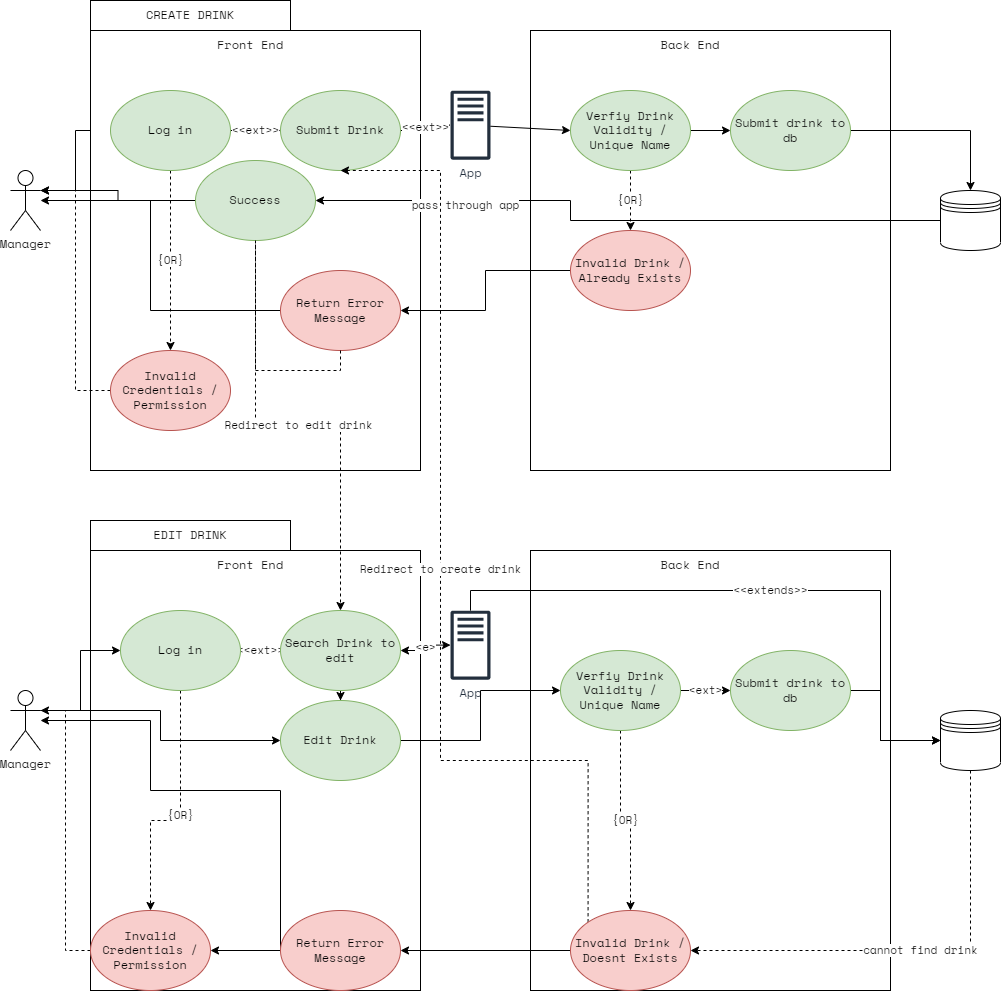
The draw.io diagram docs/images/Diagram 6.png in CS-3450-Group-13/frappy, before a commit. Source tidied: cells renumbered, new cells last; positions are measured from the earlier drawing's top-left corner, leaving out a move shared by most shapes. Source of this version:
```xml
<mxGraphModel>
  <root>
    <mxCell id="0" />
    <mxCell id="1" parent="0" />
    <mxCell id="2" style="rounded=0;whiteSpace=wrap;html=1;fontFamily=SpaceMono NF;" parent="1" vertex="1">
      <mxGeometry x="80" y="550" width="330" height="440" as="geometry" />
    </mxCell>
    <mxCell id="3" style="edgeStyle=orthogonalEdgeStyle;rounded=0;jettySize=auto;html=1;exitX=1;exitY=0.3333333333333333;exitDx=0;exitDy=0;exitPerimeter=0;entryX=0;entryY=0.5;entryDx=0;entryDy=0;fontFamily=SpaceMono NF;" parent="1" edge="1" source="4" target="8">
      <mxGeometry relative="1" as="geometry" />
    </mxCell>
    <mxCell id="4" value="&lt;font face=&quot;SpaceMono NF&quot;&gt;Manager&lt;/font&gt;" style="shape=umlActor;verticalLabelPosition=bottom;verticalAlign=top;html=1;outlineConnect=0;" parent="1" vertex="1">
      <mxGeometry y="170" width="30" height="60" as="geometry" />
    </mxCell>
    <mxCell id="5" style="rounded=0;whiteSpace=wrap;html=1;fontFamily=SpaceMono NF;" parent="1" vertex="1">
      <mxGeometry x="80" y="30" width="330" height="440" as="geometry" />
    </mxCell>
    <mxCell id="6" value="{OR}" style="edgeStyle=orthogonalEdgeStyle;rounded=0;jettySize=auto;html=1;exitX=0.5;exitY=1;exitDx=0;exitDy=0;entryX=0.5;entryY=0;entryDx=0;entryDy=0;fontFamily=SpaceMono NF;dashed=1;" parent="1" edge="1" source="8" target="10">
      <mxGeometry relative="1" as="geometry" />
    </mxCell>
    <mxCell id="7" value="&amp;lt;&amp;lt;ext&amp;gt;&amp;gt;" style="edgeStyle=orthogonalEdgeStyle;rounded=0;jettySize=auto;html=1;exitX=1;exitY=0.5;exitDx=0;exitDy=0;fontFamily=SpaceMono NF;" parent="1" edge="1" source="8" target="12">
      <mxGeometry relative="1" as="geometry" />
    </mxCell>
    <mxCell id="8" value="Log in" style="ellipse;whiteSpace=wrap;html=1;fontFamily=SpaceMono NF;fillColor=#d5e8d4;strokeColor=#82b366;" parent="1" vertex="1">
      <mxGeometry x="100" y="90" width="120" height="80" as="geometry" />
    </mxCell>
    <mxCell id="9" style="edgeStyle=orthogonalEdgeStyle;rounded=0;jettySize=auto;html=1;exitX=0;exitY=0.5;exitDx=0;exitDy=0;entryX=1;entryY=0.3333333333333333;entryDx=0;entryDy=0;entryPerimeter=0;dashed=1;fontFamily=SpaceMono NF;" parent="1" edge="1" source="10" target="4">
      <mxGeometry relative="1" as="geometry" />
    </mxCell>
    <mxCell id="10" value="Invalid Credentials / Permission" style="ellipse;whiteSpace=wrap;html=1;fontFamily=SpaceMono NF;fillColor=#f8cecc;strokeColor=#b85450;" parent="1" vertex="1">
      <mxGeometry x="100" y="350" width="120" height="80" as="geometry" />
    </mxCell>
    <mxCell id="11" value="&amp;lt;&amp;lt;ext&amp;gt;&amp;gt;" style="edgeStyle=orthogonalEdgeStyle;rounded=0;jettySize=auto;html=1;exitX=1;exitY=0.5;exitDx=0;exitDy=0;fontFamily=SpaceMono NF;" parent="1" edge="1" source="12" target="13">
      <mxGeometry relative="1" as="geometry" />
    </mxCell>
    <mxCell id="12" value="Submit Drink" style="ellipse;whiteSpace=wrap;html=1;fontFamily=SpaceMono NF;fillColor=#d5e8d4;strokeColor=#82b366;" parent="1" vertex="1">
      <mxGeometry x="270" y="90" width="120" height="80" as="geometry" />
    </mxCell>
    <mxCell id="13" value="App" style="sketch=0;outlineConnect=0;fontColor=#232F3E;gradientColor=none;fillColor=#232F3D;strokeColor=none;dashed=0;verticalLabelPosition=bottom;verticalAlign=top;align=center;html=1;fontSize=12;fontStyle=0;shape=mxgraph.aws4.traditional_server;fontFamily=SpaceMono NF;" parent="1" vertex="1">
      <mxGeometry x="440" y="90" width="40" height="69.3" as="geometry" />
    </mxCell>
    <mxCell id="14" style="rounded=0;whiteSpace=wrap;html=1;fontFamily=SpaceMono NF;" parent="1" vertex="1">
      <mxGeometry x="520" y="30" width="360" height="440" as="geometry" />
    </mxCell>
    <mxCell id="15" style="edgeStyle=orthogonalEdgeStyle;rounded=0;jettySize=auto;html=1;exitX=1;exitY=0.5;exitDx=0;exitDy=0;entryX=0;entryY=0.5;entryDx=0;entryDy=0;fontFamily=SpaceMono NF;" parent="1" edge="1" source="17" target="20">
      <mxGeometry relative="1" as="geometry" />
    </mxCell>
    <mxCell id="16" value="{OR}" style="edgeStyle=orthogonalEdgeStyle;rounded=0;jettySize=auto;html=1;exitX=0.5;exitY=1;exitDx=0;exitDy=0;entryX=0.5;entryY=0;entryDx=0;entryDy=0;fontFamily=SpaceMono NF;dashed=1;" parent="1" edge="1" source="17" target="25">
      <mxGeometry relative="1" as="geometry" />
    </mxCell>
    <mxCell id="17" value="Verfiy Drink Validity / Unique Name" style="ellipse;whiteSpace=wrap;html=1;fontFamily=SpaceMono NF;fillColor=#d5e8d4;strokeColor=#82b366;" parent="1" vertex="1">
      <mxGeometry x="560" y="90" width="120" height="80" as="geometry" />
    </mxCell>
    <mxCell id="18" style="endArrow=classic;html=1;rounded=0;fontFamily=SpaceMono NF;entryX=0;entryY=0.5;entryDx=0;entryDy=0;" parent="1" edge="1" source="13" target="17">
      <mxGeometry relative="1" as="geometry" />
    </mxCell>
    <mxCell id="19" style="edgeStyle=orthogonalEdgeStyle;rounded=0;jettySize=auto;html=1;exitX=1;exitY=0.5;exitDx=0;exitDy=0;entryX=0.5;entryY=0;entryDx=0;entryDy=0;fontFamily=SpaceMono NF;" parent="1" edge="1" source="20" target="23">
      <mxGeometry relative="1" as="geometry" />
    </mxCell>
    <mxCell id="20" value="Submit drink to db" style="ellipse;whiteSpace=wrap;html=1;fontFamily=SpaceMono NF;fillColor=#d5e8d4;strokeColor=#82b366;" parent="1" vertex="1">
      <mxGeometry x="720" y="90" width="120" height="80" as="geometry" />
    </mxCell>
    <mxCell id="21" style="edgeStyle=orthogonalEdgeStyle;rounded=0;jettySize=auto;html=1;exitX=0;exitY=0.5;exitDx=0;exitDy=0;fontFamily=SpaceMono NF;" parent="1" edge="1" source="23" target="67">
      <mxGeometry relative="1" as="geometry">
        <Array as="points">
          <mxPoint x="560" y="220" />
          <mxPoint x="560" y="200" />
        </Array>
      </mxGeometry>
    </mxCell>
    <mxCell id="22" value="pass through app" style="edgeLabel;html=1;align=center;verticalAlign=middle;fontFamily=SpaceMono NF;" parent="21" vertex="1">
      <mxGeometry x="0.54" y="4" relative="1" as="geometry" />
    </mxCell>
    <mxCell id="23" style="shape=datastore;whiteSpace=wrap;html=1;fontFamily=SpaceMono NF;" parent="1" vertex="1">
      <mxGeometry x="930" y="190" width="60" height="60" as="geometry" />
    </mxCell>
    <mxCell id="24" style="edgeStyle=orthogonalEdgeStyle;rounded=0;jettySize=auto;html=1;exitX=0;exitY=0.5;exitDx=0;exitDy=0;fontFamily=SpaceMono NF;" parent="1" edge="1" source="25" target="30">
      <mxGeometry relative="1" as="geometry" />
    </mxCell>
    <mxCell id="25" value="Invalid Drink / Already Exists" style="ellipse;whiteSpace=wrap;html=1;fontFamily=SpaceMono NF;fillColor=#f8cecc;strokeColor=#b85450;" parent="1" vertex="1">
      <mxGeometry x="560" y="230" width="120" height="80" as="geometry" />
    </mxCell>
    <mxCell id="26" value="Front End" style="text;html=1;strokeColor=none;fillColor=none;align=center;verticalAlign=middle;whiteSpace=wrap;rounded=0;fontFamily=SpaceMono NF;" parent="1" vertex="1">
      <mxGeometry x="160" y="30" width="160" height="30" as="geometry" />
    </mxCell>
    <mxCell id="27" value="Back End" style="text;html=1;strokeColor=none;fillColor=none;align=center;verticalAlign=middle;whiteSpace=wrap;rounded=0;fontFamily=SpaceMono NF;" parent="1" vertex="1">
      <mxGeometry x="600" y="30" width="160" height="30" as="geometry" />
    </mxCell>
    <mxCell id="28" style="edgeStyle=orthogonalEdgeStyle;rounded=0;jettySize=auto;html=1;exitX=0;exitY=0.5;exitDx=0;exitDy=0;fontFamily=SpaceMono NF;" parent="1" edge="1" source="30" target="4">
      <mxGeometry relative="1" as="geometry">
        <Array as="points">
          <mxPoint x="140" y="310" />
          <mxPoint x="140" y="200" />
        </Array>
      </mxGeometry>
    </mxCell>
    <mxCell id="29" value="Redirect to edit drink" style="edgeStyle=orthogonalEdgeStyle;rounded=0;jettySize=auto;html=1;exitX=0.5;exitY=1;exitDx=0;exitDy=0;dashed=1;fontFamily=SpaceMono NF;startArrow=none;" parent="1" edge="1" source="67" target="42">
      <mxGeometry relative="1" as="geometry" />
    </mxCell>
    <mxCell id="30" value="Return Error Message" style="ellipse;whiteSpace=wrap;html=1;fontFamily=SpaceMono NF;fillColor=#f8cecc;strokeColor=#b85450;" parent="1" vertex="1">
      <mxGeometry x="270" y="270" width="120" height="80" as="geometry" />
    </mxCell>
    <mxCell id="31" value="CREATE DRINK" style="text;html=1;strokeColor=default;fillColor=default;align=center;verticalAlign=middle;whiteSpace=wrap;rounded=0;fontFamily=SpaceMono NF;" parent="1" vertex="1">
      <mxGeometry x="80" width="200" height="30" as="geometry" />
    </mxCell>
    <mxCell id="32" style="edgeStyle=orthogonalEdgeStyle;rounded=0;jettySize=auto;html=1;exitX=1;exitY=0.3333333333333333;exitDx=0;exitDy=0;exitPerimeter=0;entryX=0;entryY=0.5;entryDx=0;entryDy=0;fontFamily=SpaceMono NF;" parent="1" edge="1" source="34" target="37">
      <mxGeometry relative="1" as="geometry" />
    </mxCell>
    <mxCell id="33" style="edgeStyle=orthogonalEdgeStyle;rounded=0;jettySize=auto;html=1;exitX=1;exitY=0.3333333333333333;exitDx=0;exitDy=0;exitPerimeter=0;entryX=0;entryY=0.5;entryDx=0;entryDy=0;fontFamily=SpaceMono NF;" parent="1" edge="1" source="34" target="65">
      <mxGeometry relative="1" as="geometry" />
    </mxCell>
    <mxCell id="34" value="&lt;font face=&quot;SpaceMono NF&quot;&gt;Manager&lt;/font&gt;" style="shape=umlActor;verticalLabelPosition=bottom;verticalAlign=top;html=1;outlineConnect=0;" parent="1" vertex="1">
      <mxGeometry y="690" width="30" height="60" as="geometry" />
    </mxCell>
    <mxCell id="35" value="{OR}" style="edgeStyle=orthogonalEdgeStyle;rounded=0;jettySize=auto;html=1;exitX=0.5;exitY=1;exitDx=0;exitDy=0;entryX=0.5;entryY=0;entryDx=0;entryDy=0;fontFamily=SpaceMono NF;dashed=1;" parent="1" edge="1" source="37" target="39">
      <mxGeometry relative="1" as="geometry">
        <Array as="points">
          <mxPoint x="170" y="820" />
          <mxPoint x="140" y="820" />
        </Array>
      </mxGeometry>
    </mxCell>
    <mxCell id="36" value="&amp;lt;&amp;lt;ext&amp;gt;&amp;gt;" style="edgeStyle=orthogonalEdgeStyle;rounded=0;jettySize=auto;html=1;exitX=1;exitY=0.5;exitDx=0;exitDy=0;fontFamily=SpaceMono NF;" parent="1" edge="1" source="37" target="42">
      <mxGeometry relative="1" as="geometry" />
    </mxCell>
    <mxCell id="37" value="Log in" style="ellipse;whiteSpace=wrap;html=1;fontFamily=SpaceMono NF;fillColor=#d5e8d4;strokeColor=#82b366;" parent="1" vertex="1">
      <mxGeometry x="110" y="610" width="120" height="80" as="geometry" />
    </mxCell>
    <mxCell id="38" style="edgeStyle=orthogonalEdgeStyle;rounded=0;jettySize=auto;html=1;exitX=0;exitY=0.5;exitDx=0;exitDy=0;entryX=1;entryY=0.3333333333333333;entryDx=0;entryDy=0;entryPerimeter=0;dashed=1;fontFamily=SpaceMono NF;" parent="1" edge="1" source="39" target="34">
      <mxGeometry relative="1" as="geometry" />
    </mxCell>
    <mxCell id="39" value="Invalid Credentials / Permission" style="ellipse;whiteSpace=wrap;html=1;fontFamily=SpaceMono NF;fillColor=#f8cecc;strokeColor=#b85450;" parent="1" vertex="1">
      <mxGeometry x="80" y="910" width="120" height="80" as="geometry" />
    </mxCell>
    <mxCell id="40" value="&amp;lt;e&amp;gt;" style="edgeStyle=orthogonalEdgeStyle;rounded=0;jettySize=auto;html=1;exitX=1;exitY=0.5;exitDx=0;exitDy=0;fontFamily=SpaceMono NF;startArrow=classic;startFill=1;" parent="1" edge="1" source="42" target="43">
      <mxGeometry relative="1" as="geometry" />
    </mxCell>
    <mxCell id="41" style="edgeStyle=orthogonalEdgeStyle;rounded=0;jettySize=auto;html=1;exitX=0.5;exitY=1;exitDx=0;exitDy=0;dashed=1;fontFamily=SpaceMono NF;" parent="1" edge="1" source="42" target="65">
      <mxGeometry relative="1" as="geometry" />
    </mxCell>
    <mxCell id="42" value="Search Drink to edit" style="ellipse;whiteSpace=wrap;html=1;fontFamily=SpaceMono NF;fillColor=#d5e8d4;strokeColor=#82b366;" parent="1" vertex="1">
      <mxGeometry x="270" y="610" width="120" height="80" as="geometry" />
    </mxCell>
    <mxCell id="43" value="App" style="sketch=0;outlineConnect=0;fontColor=#232F3E;gradientColor=none;fillColor=#232F3D;strokeColor=none;dashed=0;verticalLabelPosition=bottom;verticalAlign=top;align=center;html=1;fontSize=12;fontStyle=0;shape=mxgraph.aws4.traditional_server;fontFamily=SpaceMono NF;" parent="1" vertex="1">
      <mxGeometry x="440" y="610" width="40" height="69.3" as="geometry" />
    </mxCell>
    <mxCell id="44" style="rounded=0;whiteSpace=wrap;html=1;fontFamily=SpaceMono NF;" parent="1" vertex="1">
      <mxGeometry x="520" y="550" width="360" height="440" as="geometry" />
    </mxCell>
    <mxCell id="45" value="&amp;lt;ext&amp;gt;" style="edgeStyle=orthogonalEdgeStyle;rounded=0;jettySize=auto;html=1;exitX=1;exitY=0.5;exitDx=0;exitDy=0;entryX=0;entryY=0.5;entryDx=0;entryDy=0;fontFamily=SpaceMono NF;" parent="1" edge="1" source="47" target="50">
      <mxGeometry relative="1" as="geometry" />
    </mxCell>
    <mxCell id="46" value="{OR}" style="edgeStyle=orthogonalEdgeStyle;rounded=0;jettySize=auto;html=1;exitX=0.5;exitY=1;exitDx=0;exitDy=0;entryX=0.5;entryY=0;entryDx=0;entryDy=0;fontFamily=SpaceMono NF;dashed=1;" parent="1" edge="1" source="47" target="55">
      <mxGeometry relative="1" as="geometry" />
    </mxCell>
    <mxCell id="47" value="Verfiy Drink Validity / Unique Name" style="ellipse;whiteSpace=wrap;html=1;fontFamily=SpaceMono NF;fillColor=#d5e8d4;strokeColor=#82b366;" parent="1" vertex="1">
      <mxGeometry x="550" y="650" width="120" height="80" as="geometry" />
    </mxCell>
    <mxCell id="48" value="&amp;lt;&amp;lt;extends&amp;gt;&amp;gt;" style="endArrow=classic;html=1;rounded=0;fontFamily=SpaceMono NF;entryX=0;entryY=0.5;entryDx=0;entryDy=0;edgeStyle=orthogonalEdgeStyle;" parent="1" edge="1" source="43" target="52">
      <mxGeometry relative="1" as="geometry">
        <Array as="points">
          <mxPoint x="460" y="590" />
          <mxPoint x="870" y="590" />
          <mxPoint x="870" y="740" />
        </Array>
      </mxGeometry>
    </mxCell>
    <mxCell id="49" style="edgeStyle=orthogonalEdgeStyle;rounded=0;jettySize=auto;html=1;exitX=1;exitY=0.5;exitDx=0;exitDy=0;entryX=0;entryY=0.5;entryDx=0;entryDy=0;fontFamily=SpaceMono NF;" parent="1" edge="1" source="50" target="52">
      <mxGeometry relative="1" as="geometry">
        <Array as="points">
          <mxPoint x="870" y="690" />
          <mxPoint x="870" y="740" />
        </Array>
      </mxGeometry>
    </mxCell>
    <mxCell id="50" value="Submit drink to db" style="ellipse;whiteSpace=wrap;html=1;fontFamily=SpaceMono NF;fillColor=#d5e8d4;strokeColor=#82b366;" parent="1" vertex="1">
      <mxGeometry x="720" y="650" width="120" height="80" as="geometry" />
    </mxCell>
    <mxCell id="51" value="cannot find drink" style="edgeStyle=orthogonalEdgeStyle;rounded=0;jettySize=auto;html=1;exitX=0.5;exitY=1;exitDx=0;exitDy=0;fontFamily=SpaceMono NF;entryX=1;entryY=0.5;entryDx=0;entryDy=0;dashed=1;" parent="1" edge="1" source="52" target="55">
      <mxGeometry relative="1" as="geometry" />
    </mxCell>
    <mxCell id="52" style="shape=datastore;whiteSpace=wrap;html=1;fontFamily=SpaceMono NF;" parent="1" vertex="1">
      <mxGeometry x="930" y="710" width="60" height="60" as="geometry" />
    </mxCell>
    <mxCell id="53" style="edgeStyle=orthogonalEdgeStyle;rounded=0;jettySize=auto;html=1;exitX=0;exitY=0.5;exitDx=0;exitDy=0;fontFamily=SpaceMono NF;" parent="1" edge="1" source="55" target="60">
      <mxGeometry relative="1" as="geometry" />
    </mxCell>
    <mxCell id="54" value="Redirect to create drink" style="edgeStyle=orthogonalEdgeStyle;rounded=0;jettySize=auto;html=1;exitX=0;exitY=0;exitDx=0;exitDy=0;entryX=0.5;entryY=1;entryDx=0;entryDy=0;fontFamily=SpaceMono NF;dashed=1;" parent="1" edge="1" source="55" target="12">
      <mxGeometry relative="1" as="geometry">
        <Array as="points">
          <mxPoint x="578" y="760" />
          <mxPoint x="430" y="760" />
          <mxPoint x="430" y="170" />
        </Array>
      </mxGeometry>
    </mxCell>
    <mxCell id="55" value="Invalid Drink / Doesnt Exists" style="ellipse;whiteSpace=wrap;html=1;fontFamily=SpaceMono NF;fillColor=#f8cecc;strokeColor=#b85450;" parent="1" vertex="1">
      <mxGeometry x="560" y="910" width="120" height="80" as="geometry" />
    </mxCell>
    <mxCell id="56" value="Front End" style="text;html=1;strokeColor=none;fillColor=none;align=center;verticalAlign=middle;whiteSpace=wrap;rounded=0;fontFamily=SpaceMono NF;" parent="1" vertex="1">
      <mxGeometry x="160" y="550" width="160" height="30" as="geometry" />
    </mxCell>
    <mxCell id="57" value="Back End" style="text;html=1;strokeColor=none;fillColor=none;align=center;verticalAlign=middle;whiteSpace=wrap;rounded=0;fontFamily=SpaceMono NF;" parent="1" vertex="1">
      <mxGeometry x="600" y="550" width="160" height="30" as="geometry" />
    </mxCell>
    <mxCell id="58" style="edgeStyle=orthogonalEdgeStyle;rounded=0;jettySize=auto;html=1;exitX=0;exitY=0.5;exitDx=0;exitDy=0;fontFamily=SpaceMono NF;" parent="1" edge="1" source="60" target="34">
      <mxGeometry relative="1" as="geometry">
        <Array as="points">
          <mxPoint x="140" y="790" />
          <mxPoint x="140" y="720" />
        </Array>
      </mxGeometry>
    </mxCell>
    <mxCell id="59" style="edgeStyle=orthogonalEdgeStyle;rounded=0;jettySize=auto;html=1;exitX=0;exitY=0.5;exitDx=0;exitDy=0;entryX=1;entryY=0.5;entryDx=0;entryDy=0;fontFamily=SpaceMono NF;" parent="1" edge="1" source="60" target="39">
      <mxGeometry relative="1" as="geometry" />
    </mxCell>
    <mxCell id="60" value="Return Error Message" style="ellipse;whiteSpace=wrap;html=1;fontFamily=SpaceMono NF;fillColor=#f8cecc;strokeColor=#b85450;" parent="1" vertex="1">
      <mxGeometry x="270" y="910" width="120" height="80" as="geometry" />
    </mxCell>
    <mxCell id="61" value="EDIT DRINK" style="text;html=1;strokeColor=default;fillColor=default;align=center;verticalAlign=middle;whiteSpace=wrap;rounded=0;fontFamily=SpaceMono NF;" parent="1" vertex="1">
      <mxGeometry x="80" y="520" width="200" height="30" as="geometry" />
    </mxCell>
    <mxCell id="62" style="edgeStyle=orthogonalEdgeStyle;rounded=0;orthogonalLoop=1;jettySize=auto;html=1;exitX=0.5;exitY=1;exitDx=0;exitDy=0;fontFamily=SpaceMono NF;" parent="1" edge="1" source="30" target="30">
      <mxGeometry relative="1" as="geometry" />
    </mxCell>
    <mxCell id="63" style="edgeStyle=orthogonalEdgeStyle;rounded=0;orthogonalLoop=1;jettySize=auto;html=1;exitX=0.5;exitY=1;exitDx=0;exitDy=0;dashed=1;fontFamily=SpaceMono NF;" parent="1" edge="1" source="52" target="52">
      <mxGeometry relative="1" as="geometry" />
    </mxCell>
    <mxCell id="64" style="edgeStyle=orthogonalEdgeStyle;rounded=0;jettySize=auto;html=1;exitX=1;exitY=0.5;exitDx=0;exitDy=0;entryX=0;entryY=0.5;entryDx=0;entryDy=0;fontFamily=SpaceMono NF;" parent="1" edge="1" source="65" target="47">
      <mxGeometry relative="1" as="geometry" />
    </mxCell>
    <mxCell id="65" value="Edit Drink" style="ellipse;whiteSpace=wrap;html=1;strokeColor=#82b366;fontFamily=SpaceMono NF;fillColor=#d5e8d4;" parent="1" vertex="1">
      <mxGeometry x="270" y="700" width="120" height="80" as="geometry" />
    </mxCell>
    <mxCell id="66" style="edgeStyle=orthogonalEdgeStyle;rounded=0;jettySize=auto;html=1;exitX=0;exitY=0.5;exitDx=0;exitDy=0;fontFamily=SpaceMono NF;" parent="1" edge="1" source="67">
      <mxGeometry relative="1" as="geometry">
        <mxPoint x="30" y="190" as="targetPoint" />
      </mxGeometry>
    </mxCell>
    <mxCell id="67" value="Success" style="ellipse;whiteSpace=wrap;html=1;strokeColor=#82b366;fontFamily=SpaceMono NF;fillColor=#d5e8d4;" parent="1" vertex="1">
      <mxGeometry x="185" y="160" width="120" height="80" as="geometry" />
    </mxCell>
    <mxCell id="68" style="edgeStyle=orthogonalEdgeStyle;rounded=0;jettySize=auto;html=1;exitX=0.5;exitY=1;exitDx=0;exitDy=0;dashed=1;fontFamily=SpaceMono NF;endArrow=none;" parent="1" edge="1" source="30" target="67">
      <mxGeometry relative="1" as="geometry" />
    </mxCell>
  </root>
</mxGraphModel>
```
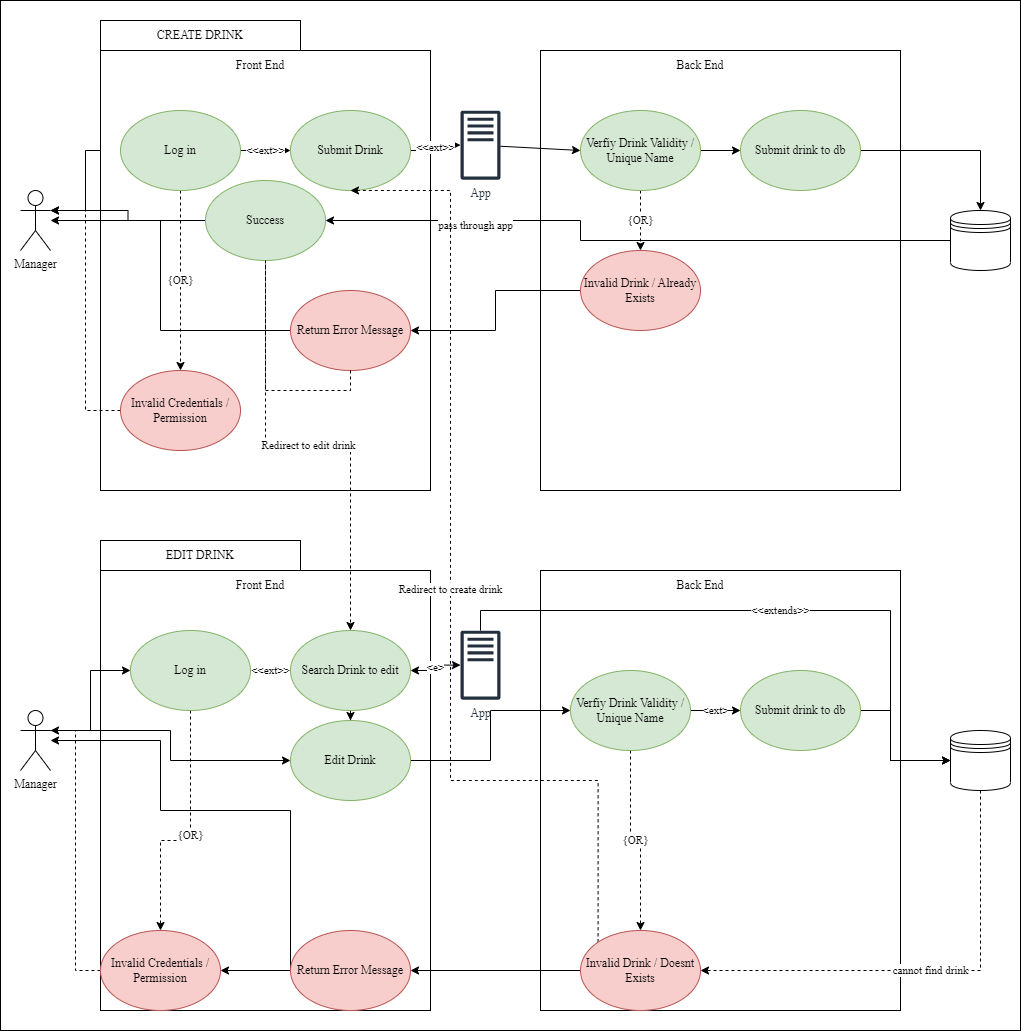
The same diagram one commit later.

The edit, as a diff of the source:
```diff
@@ -2,6 +2,9 @@
   <root>
     <mxCell id="0" />
     <mxCell id="1" parent="0" />
+    <mxCell id="69" style="rounded=0;whiteSpace=wrap;html=1;" parent="1" vertex="1">
+      <mxGeometry x="-20" y="-20" width="1020" height="1030" as="geometry" />
+    </mxCell>
     <mxCell id="2" style="rounded=0;whiteSpace=wrap;html=1;fontFamily=SpaceMono NF;" parent="1" vertex="1">
       <mxGeometry x="80" y="550" width="330" height="440" as="geometry" />
     </mxCell>
```
